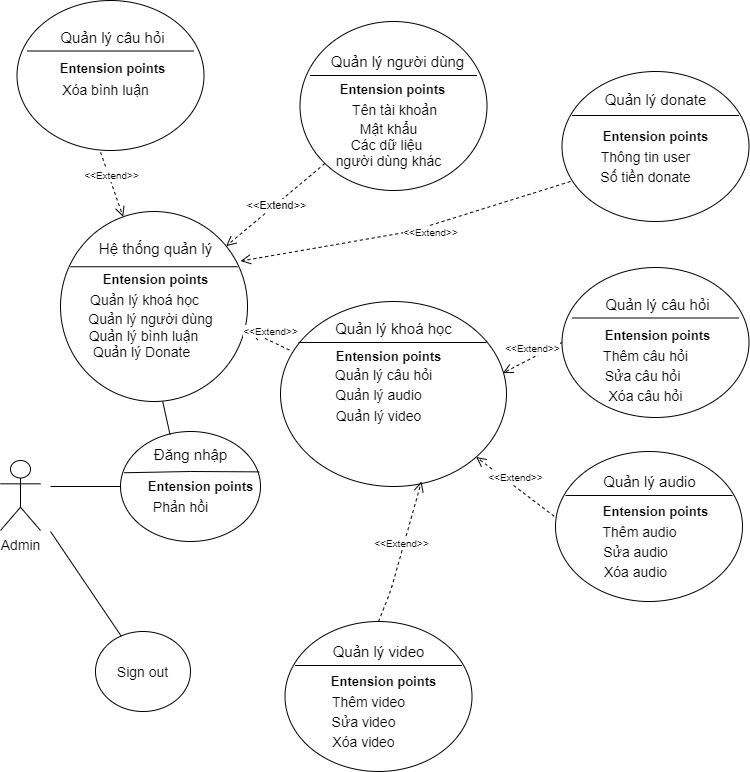
Thangvanle2000/dkt-learning keeps this draw.io diagram as Đề cương/Diagram/admin-hethong.drawio.png. Above is the earlier version. Source tidied: cells renumbered, new cells last; positions are measured from the earlier drawing's top-left corner, leaving out a move shared by most shapes.
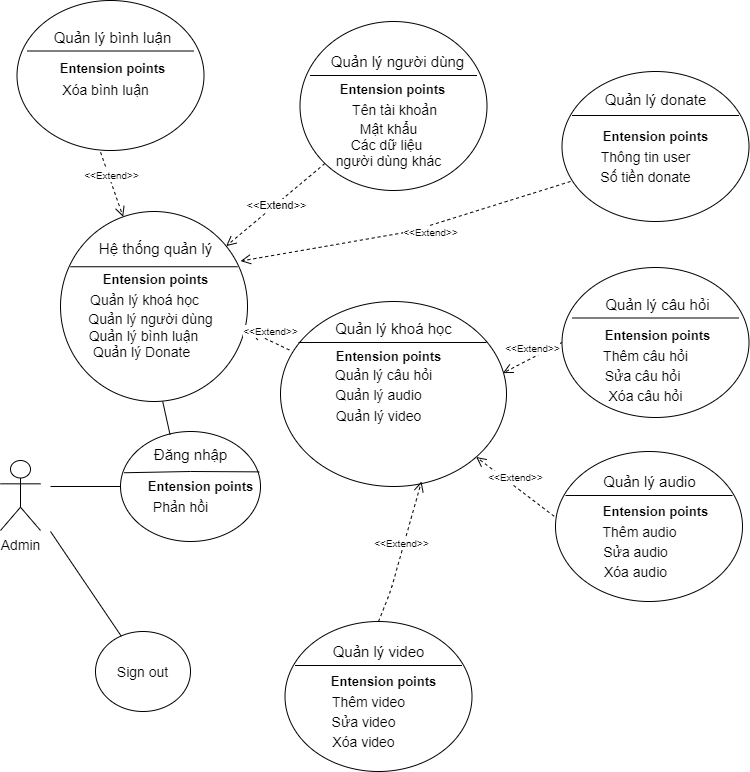
The same diagram one commit later.

Commit message:
up date diagram(lỗi typo)

Diff of the diagram source:
```diff
@@ -242,8 +242,8 @@
     <mxCell id="70" style="line;strokeWidth=1;fillColor=none;align=left;verticalAlign=middle;spacingTop=-1;spacingLeft=3;spacingRight=3;labelPosition=right;" parent="1" vertex="1">
       <mxGeometry x="26.5" y="46.5" width="167" height="8" as="geometry" />
     </mxCell>
-    <mxCell id="71" value="&lt;span style=&quot;font-size: 15px&quot;&gt;Quản lý câu hỏi&lt;/span&gt;" style="text;html=1;align=center;verticalAlign=middle;strokeColor=none;fillColor=none;fontSize=13;fontFamily=Helvetica;" parent="1" vertex="1">
-      <mxGeometry x="51.5" y="26.5" width="120" height="20" as="geometry" />
+    <mxCell id="71" value="&lt;span style=&quot;font-size: 15px&quot;&gt;Quản lý bình luận&lt;/span&gt;" style="text;html=1;align=center;verticalAlign=middle;strokeColor=none;fillColor=none;fontSize=13;fontFamily=Helvetica;" parent="1" vertex="1">
+      <mxGeometry x="46.5" y="26.5" width="130" height="20" as="geometry" />
     </mxCell>
     <mxCell id="72" value="&lt;b&gt;&lt;font style=&quot;font-size: 13px&quot;&gt;Entension points&lt;/font&gt;&lt;/b&gt;" style="text;html=1;align=center;verticalAlign=middle;strokeColor=none;fillColor=none;fontSize=13;fontFamily=Helvetica;" parent="1" vertex="1">
       <mxGeometry x="51.5" y="57.5" width="120" height="20" as="geometry" />
```
